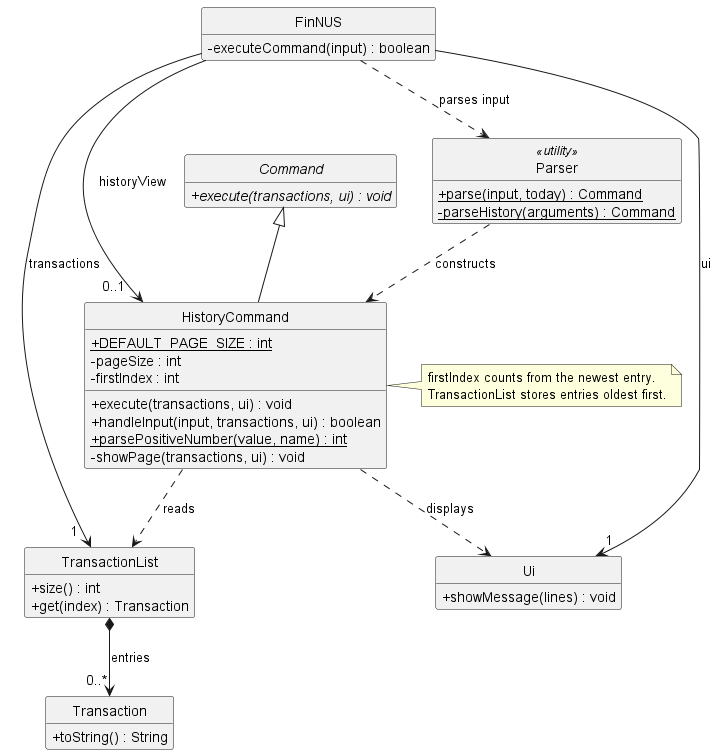
Before: docs/images/HistoryClassDiagram.png, a diagram exported from PlantUML (AY2627S1-CS2113-W13-2/tp).
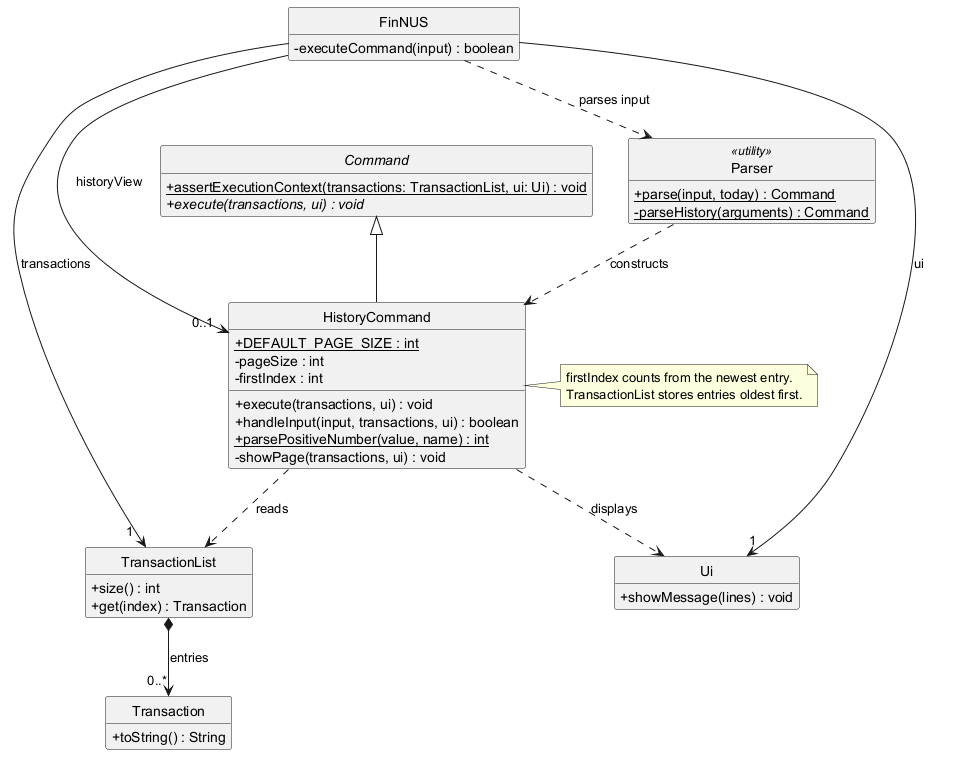
After the commit.

What changed in the source:
```diff
@@ -14,6 +14,7 @@
 }
 
 abstract class Command {
+    + {static} assertExecutionContext(transactions: TransactionList, ui: Ui) : void
     + {abstract} execute(transactions, ui) : void
 }
 
```
